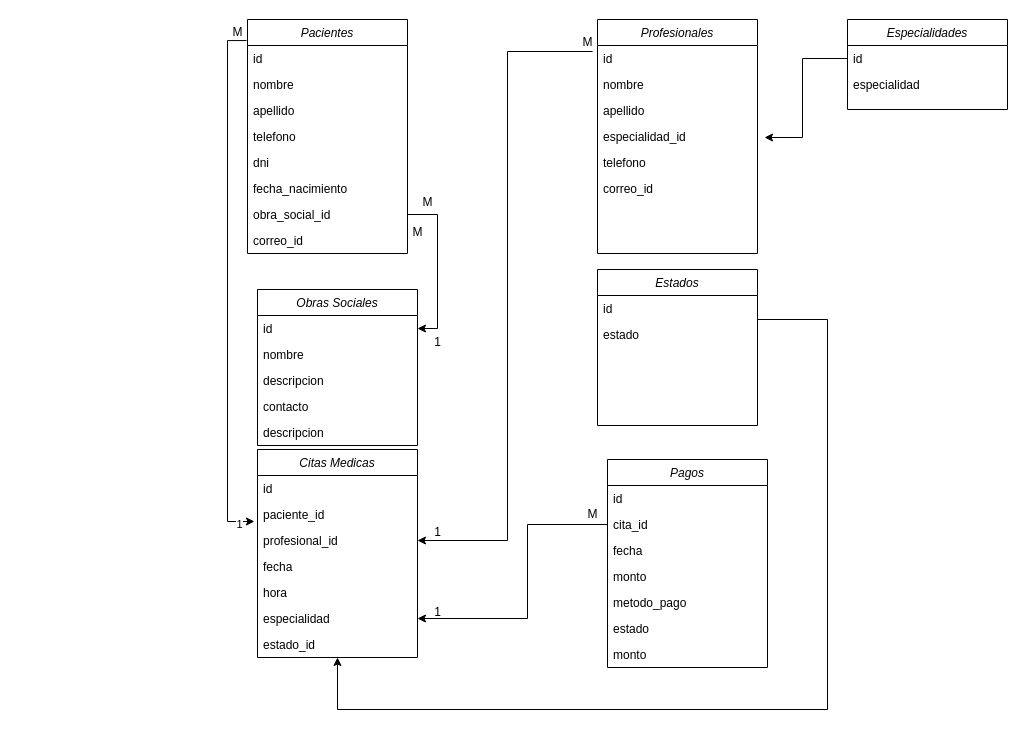
Earlier version of the draw.io diagram BackEnd/DER.drawio (Desarrollo-Web-2024-segundo-intento/Proyecto-Integrador-II). Source tidied: cells renumbered, new cells numbered last; positions are measured from the earlier drawing's top-left corner, leaving out a move shared by most shapes. Both pictures are drawn from the tidied source at 100%, with x=0, y=0 at pixel (222, 17).
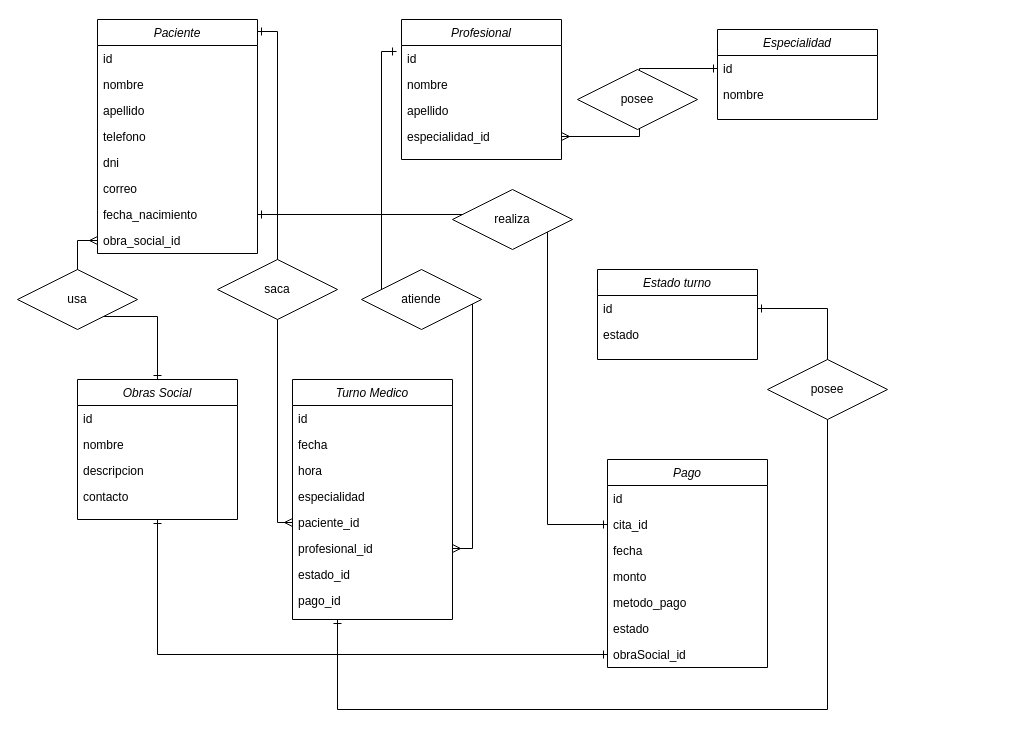
After the change.

The change refers to these unchanged cells:
```xml
<mxCell id="12" value="id" style="text;align=left;verticalAlign=top;spacingLeft=4;spacingRight=4;overflow=hidden;points=[[0,0.5],[1,0.5]];portConstraint=eastwest;" parent="11" vertex="1">
  <mxGeometry y="26" width="160" height="26" as="geometry" />
</mxCell>
<mxCell id="15" value="especialidad_id" style="text;align=left;verticalAlign=top;spacingLeft=4;spacingRight=4;overflow=hidden;points=[[0,0.5],[1,0.5]];portConstraint=eastwest;rounded=0;shadow=0;html=0;" parent="11" vertex="1">
  <mxGeometry y="104" width="160" height="26" as="geometry" />
</mxCell>
<mxCell id="19" value="id" style="text;align=left;verticalAlign=top;spacingLeft=4;spacingRight=4;overflow=hidden;points=[[0,0.5],[1,0.5]];portConstraint=eastwest;" parent="18" vertex="1">
  <mxGeometry y="26" width="160" height="26" as="geometry" />
</mxCell>
<mxCell id="31" value="estado_id" style="text;align=left;verticalAlign=top;spacingLeft=4;spacingRight=4;overflow=hidden;points=[[0,0.5],[1,0.5]];portConstraint=eastwest;rounded=0;shadow=0;html=0;" parent="24" vertex="1">
  <mxGeometry y="182" width="160" height="26" as="geometry" />
</mxCell>
<mxCell id="34" value="cita_id" style="text;align=left;verticalAlign=top;spacingLeft=4;spacingRight=4;overflow=hidden;points=[[0,0.5],[1,0.5]];portConstraint=eastwest;rounded=0;shadow=0;html=0;" parent="32" vertex="1">
  <mxGeometry y="52" width="160" height="26" as="geometry" />
</mxCell>
<mxCell id="54" value="id" style="text;align=left;verticalAlign=top;spacingLeft=4;spacingRight=4;overflow=hidden;points=[[0,0.5],[1,0.5]];portConstraint=eastwest;" parent="53" vertex="1">
  <mxGeometry y="26" width="160" height="26" as="geometry" />
</mxCell>
<mxCell id="58" value="id" style="text;align=left;verticalAlign=top;spacingLeft=4;spacingRight=4;overflow=hidden;points=[[0,0.5],[1,0.5]];portConstraint=eastwest;" parent="57" vertex="1">
  <mxGeometry y="26" width="160" height="26" as="geometry" />
</mxCell>
```

The edit, as a diff of the source:
```diff
@@
-    <mxCell id="2" value="Pacientes" style="swimlane;fontStyle=2;align=center;verticalAlign=top;horizontal=1;startSize=26;rounded=0;shadow=0;strokeWidth=1;" parent="1" vertex="1">
-      <mxGeometry x="25" y="2" width="160" height="234" as="geometry" />
+    <mxCell id="2" value="Paciente" style="swimlane;fontStyle=2;align=center;verticalAlign=top;horizontal=1;startSize=26;rounded=0;shadow=0;strokeWidth=1;" parent="1" vertex="1">
+      <mxGeometry x="-125" y="2" width="160" height="234" as="geometry" />
     </mxCell>
@@
+    <mxCell id="10" value="correo" style="text;align=left;verticalAlign=top;spacingLeft=4;spacingRight=4;overflow=hidden;rounded=0;shadow=0;html=0;" parent="2" vertex="1">
+      <mxGeometry y="156" width="160" height="26" as="geometry" />
+    </mxCell>
     <mxCell id="8" value="fecha_nacimiento" style="text;align=left;verticalAlign=top;spacingLeft=4;spacingRight=4;overflow=hidden;points=[[0,0.5],[1,0.5]];portConstraint=eastwest;rounded=0;shadow=0;html=0;" parent="2" vertex="1">
-      <mxGeometry y="156" width="160" height="26" as="geometry" />
+      <mxGeometry y="182" width="160" height="26" as="geometry" />
     </mxCell>
     <mxCell id="9" value="obra_social_id" style="text;align=left;verticalAlign=top;spacingLeft=4;spacingRight=4;overflow=hidden;points=[[0,0.5],[1,0.5]];portConstraint=eastwest;rounded=0;shadow=0;html=0;" parent="2" vertex="1">
-      <mxGeometry y="182" width="160" height="26" as="geometry" />
+      <mxGeometry y="208" width="160" height="26" as="geometry" />
     </mxCell>
-    <mxCell id="10" value="correo_id" style="text;align=left;verticalAlign=top;spacingLeft=4;spacingRight=4;overflow=hidden;rounded=0;shadow=0;html=0;" parent="2" vertex="1">
-      <mxGeometry y="208" width="160" height="26" as="geometry" />
-    </mxCell>
-    <mxCell id="11" value="Profesionales" style="swimlane;fontStyle=2;align=center;verticalAlign=top;horizontal=1;startSize=26;rounded=0;shadow=0;strokeWidth=1;" parent="1" vertex="1">
-      <mxGeometry x="375" y="2" width="160" height="234" as="geometry" />
+    <mxCell id="11" value="Profesional" style="swimlane;fontStyle=2;align=center;verticalAlign=top;horizontal=1;startSize=26;rounded=0;shadow=0;strokeWidth=1;" parent="1" vertex="1">
+      <mxGeometry x="179" y="2" width="160" height="140" as="geometry" />
     </mxCell>
@@
-    <mxCell id="16" value="telefono" style="text;align=left;verticalAlign=top;spacingLeft=4;spacingRight=4;overflow=hidden;rounded=0;shadow=0;html=0;" parent="11" vertex="1">
-      <mxGeometry y="130" width="160" height="26" as="geometry" />
-    </mxCell>
-    <mxCell id="17" value="correo_id" style="text;align=left;verticalAlign=top;spacingLeft=4;spacingRight=4;overflow=hidden;rounded=0;shadow=0;html=0;" parent="11" vertex="1">
-      <mxGeometry y="156" width="160" height="26" as="geometry" />
-    </mxCell>
+    <mxCell id="61" style="edgeStyle=orthogonalEdgeStyle;rounded=0;jettySize=auto;html=1;entryX=0;entryY=0.5;entryDx=0;entryDy=0;endArrow=ERone;endFill=0;startArrow=ERone;startFill=0;" parent="1" edge="1" source="18" target="63">
+      <mxGeometry relative="1" as="geometry" />
+    </mxCell>
-    <mxCell id="18" value="Obras Sociales" style="swimlane;fontStyle=2;align=center;verticalAlign=top;horizontal=1;startSize=26;rounded=0;shadow=0;strokeWidth=1;" parent="1" vertex="1">
-      <mxGeometry x="35" y="272" width="160" height="156" as="geometry" />
+    <mxCell id="18" value="Obras Social" style="swimlane;fontStyle=2;align=center;verticalAlign=top;horizontal=1;startSize=26;rounded=0;shadow=0;strokeWidth=1;" parent="1" vertex="1">
+      <mxGeometry x="-145" y="362" width="160" height="140" as="geometry" />
     </mxCell>
@@
-    <mxCell id="23" value="descripcion" style="text;align=left;verticalAlign=top;spacingLeft=4;spacingRight=4;overflow=hidden;rounded=0;shadow=0;html=0;" parent="18" vertex="1">
-      <mxGeometry y="130" width="160" height="26" as="geometry" />
-    </mxCell>
-    <mxCell id="24" value="Citas Medicas" style="swimlane;fontStyle=2;align=center;verticalAlign=top;horizontal=1;startSize=26;rounded=0;shadow=0;strokeWidth=1;" parent="1" vertex="1">
-      <mxGeometry x="35" y="432" width="160" height="208" as="geometry" />
+    <mxCell id="24" value="Turno Medico" style="swimlane;fontStyle=2;align=center;verticalAlign=top;horizontal=1;startSize=26;rounded=0;shadow=0;strokeWidth=1;" parent="1" vertex="1">
+      <mxGeometry x="70" y="362" width="160" height="240" as="geometry" />
     </mxCell>
@@
-    <mxCell id="26" value="paciente_id" style="text;align=left;verticalAlign=top;spacingLeft=4;spacingRight=4;overflow=hidden;points=[[0,0.5],[1,0.5]];portConstraint=eastwest;rounded=0;shadow=0;html=0;" parent="24" vertex="1">
-      <mxGeometry y="52" width="160" height="26" as="geometry" />
-    </mxCell>
-    <mxCell id="27" value="profesional_id" style="text;align=left;verticalAlign=top;spacingLeft=4;spacingRight=4;overflow=hidden;points=[[0,0.5],[1,0.5]];portConstraint=eastwest;rounded=0;shadow=0;html=0;" parent="24" vertex="1">
-      <mxGeometry y="78" width="160" height="26" as="geometry" />
-    </mxCell>
     <mxCell id="28" value="fecha" style="text;align=left;verticalAlign=top;spacingLeft=4;spacingRight=4;overflow=hidden;rounded=0;shadow=0;html=0;" parent="24" vertex="1">
-      <mxGeometry y="104" width="160" height="26" as="geometry" />
+      <mxGeometry y="52" width="160" height="26" as="geometry" />
     </mxCell>
     <mxCell id="29" value="hora" style="text;align=left;verticalAlign=top;spacingLeft=4;spacingRight=4;overflow=hidden;rounded=0;shadow=0;html=0;" parent="24" vertex="1">
-      <mxGeometry y="130" width="160" height="26" as="geometry" />
+      <mxGeometry y="78" width="160" height="26" as="geometry" />
     </mxCell>
     <mxCell id="30" value="especialidad" style="text;align=left;verticalAlign=top;spacingLeft=4;spacingRight=4;overflow=hidden;points=[[0,0.5],[1,0.5]];portConstraint=eastwest;rounded=0;shadow=0;html=0;" parent="24" vertex="1">
-      <mxGeometry y="156" width="160" height="26" as="geometry" />
+      <mxGeometry y="104" width="160" height="26" as="geometry" />
     </mxCell>
+    <mxCell id="26" value="paciente_id" style="text;align=left;verticalAlign=top;spacingLeft=4;spacingRight=4;overflow=hidden;points=[[0,0.5],[1,0.5]];portConstraint=eastwest;rounded=0;shadow=0;html=0;" parent="24" vertex="1">
+      <mxGeometry y="130" width="160" height="26" as="geometry" />
+    </mxCell>
+    <mxCell id="27" value="profesional_id" style="text;align=left;verticalAlign=top;spacingLeft=4;spacingRight=4;overflow=hidden;points=[[0,0.5],[1,0.5]];portConstraint=eastwest;rounded=0;shadow=0;html=0;" parent="24" vertex="1">
+      <mxGeometry y="156" width="160" height="26" as="geometry" />
+    </mxCell>
@@
+    <mxCell id="62" value="pago_id" style="text;align=left;verticalAlign=top;spacingLeft=4;spacingRight=4;overflow=hidden;rounded=0;shadow=0;html=0;" parent="24" vertex="1">
+      <mxGeometry y="208" width="160" height="26" as="geometry" />
+    </mxCell>
-    <mxCell id="32" value="Pagos" style="swimlane;fontStyle=2;align=center;verticalAlign=top;horizontal=1;startSize=26;rounded=0;shadow=0;strokeWidth=1;" parent="1" vertex="1">
+    <mxCell id="32" value="Pago" style="swimlane;fontStyle=2;align=center;verticalAlign=top;horizontal=1;startSize=26;rounded=0;shadow=0;strokeWidth=1;" parent="1" vertex="1">
       <mxGeometry x="385" y="442" width="160" height="208" as="geometry" />
     </mxCell>
@@
-    <mxCell id="39" value="monto" style="text;align=left;verticalAlign=top;spacingLeft=4;spacingRight=4;overflow=hidden;rounded=0;shadow=0;html=0;" parent="32" vertex="1">
-      <mxGeometry y="182" width="160" height="26" as="geometry" />
-    </mxCell>
+    <mxCell id="63" value="obraSocial_id" style="text;align=left;verticalAlign=top;spacingLeft=4;spacingRight=4;overflow=hidden;points=[[0,0.5],[1,0.5]];portConstraint=eastwest;rounded=0;shadow=0;html=0;" parent="32" vertex="1">
+      <mxGeometry y="182" width="160" height="26" as="geometry" />
+    </mxCell>
-    <mxCell id="40" style="edgeStyle=orthogonalEdgeStyle;rounded=0;jettySize=auto;html=1;exitX=1;exitY=0.5;exitDx=0;exitDy=0;entryX=1;entryY=0.5;entryDx=0;entryDy=0;" parent="1" edge="1" source="9" target="19">
+    <mxCell id="40" style="edgeStyle=orthogonalEdgeStyle;rounded=0;jettySize=auto;html=1;exitX=0;exitY=0.5;exitDx=0;exitDy=0;entryX=0.5;entryY=0;entryDx=0;entryDy=0;endArrow=ERone;endFill=0;startArrow=ERmany;startFill=0;" parent="1" edge="1" source="9" target="18">
       <mxGeometry relative="1" as="geometry" />
     </mxCell>
-    <mxCell id="41" value="M" style="text;html=1;align=center;verticalAlign=middle;strokeColor=none;fillColor=none;" parent="1" vertex="1">
-      <mxGeometry x="190" y="170" width="30" height="30" as="geometry" />
-    </mxCell>
-    <mxCell id="42" value="1" style="text;html=1;align=center;verticalAlign=middle;strokeColor=none;fillColor=none;" parent="1" vertex="1">
-      <mxGeometry x="200" y="310" width="30" height="30" as="geometry" />
-    </mxCell>
-    <mxCell id="43" value="M" style="text;html=1;align=center;verticalAlign=middle;strokeColor=none;fillColor=none;" parent="1" vertex="1">
-      <mxGeometry x="180" y="200" width="30" height="30" as="geometry" />
-    </mxCell>
-    <mxCell id="44" style="edgeStyle=orthogonalEdgeStyle;rounded=0;jettySize=auto;html=1;exitX=-0.006;exitY=0.09;exitDx=0;exitDy=0;exitPerimeter=0;entryX=-0.019;entryY=0.769;entryDx=0;entryDy=0;entryPerimeter=0;" parent="1" edge="1" source="2" target="26">
-      <mxGeometry relative="1" as="geometry" />
+    <mxCell id="44" style="edgeStyle=orthogonalEdgeStyle;rounded=0;jettySize=auto;html=1;endArrow=ERmany;endFill=0;startArrow=ERone;startFill=0;" parent="1" edge="1" target="26">
+      <mxGeometry relative="1" as="geometry">
+        <mxPoint x="35" y="14" as="sourcePoint" />
+        <Array as="points">
+          <mxPoint x="35" y="14" />
+          <mxPoint x="55" y="14" />
+          <mxPoint x="55" y="505" />
+        </Array>
+      </mxGeometry>
     </mxCell>
-    <mxCell id="45" value="1" style="edgeLabel;html=1;align=center;verticalAlign=middle;" parent="44" vertex="1">
-      <mxGeometry x="0.94" y="-3" relative="1" as="geometry" />
-    </mxCell>
-    <mxCell id="46" value="M" style="text;html=1;align=center;verticalAlign=middle;strokeColor=none;fillColor=none;" parent="1" vertex="1">
-      <mxGeometry width="30" height="30" as="geometry" />
-    </mxCell>
-    <mxCell id="47" style="edgeStyle=orthogonalEdgeStyle;rounded=0;jettySize=auto;html=1;entryX=1;entryY=0.5;entryDx=0;entryDy=0;exitX=-0.031;exitY=0.231;exitDx=0;exitDy=0;exitPerimeter=0;" parent="1" edge="1" source="12" target="27">
+    <mxCell id="47" style="edgeStyle=orthogonalEdgeStyle;rounded=0;jettySize=auto;html=1;entryX=1;entryY=0.5;entryDx=0;entryDy=0;exitX=-0.031;exitY=0.231;exitDx=0;exitDy=0;exitPerimeter=0;endArrow=ERmany;endFill=0;startArrow=ERone;startFill=0;" parent="1" edge="1" source="12" target="27">
       <mxGeometry relative="1" as="geometry" />
     </mxCell>
-    <mxCell id="48" value="M" style="text;html=1;align=center;verticalAlign=middle;strokeColor=none;fillColor=none;" parent="1" vertex="1">
-      <mxGeometry x="350" y="10" width="30" height="30" as="geometry" />
-    </mxCell>
-    <mxCell id="49" value="1" style="text;html=1;align=center;verticalAlign=middle;strokeColor=none;fillColor=none;" parent="1" vertex="1">
-      <mxGeometry x="200" y="500" width="30" height="30" as="geometry" />
-    </mxCell>
-    <mxCell id="50" style="edgeStyle=orthogonalEdgeStyle;rounded=0;jettySize=auto;html=1;exitX=0;exitY=0.5;exitDx=0;exitDy=0;entryX=1;entryY=0.5;entryDx=0;entryDy=0;" parent="1" edge="1" source="34" target="30">
+    <mxCell id="50" style="edgeStyle=orthogonalEdgeStyle;rounded=0;jettySize=auto;html=1;exitX=0;exitY=0.5;exitDx=0;exitDy=0;startArrow=ERone;startFill=0;endArrow=ERone;endFill=0;entryX=1;entryY=0.5;entryDx=0;entryDy=0;" parent="1" edge="1" source="34" target="8">
       <mxGeometry relative="1" as="geometry">
         <Array as="points">
-          <mxPoint x="305" y="507" />
-          <mxPoint x="305" y="601" />
+          <mxPoint x="325" y="507" />
+          <mxPoint x="325" y="197" />
         </Array>
       </mxGeometry>
     </mxCell>
-    <mxCell id="51" value="M" style="text;html=1;align=center;verticalAlign=middle;strokeColor=none;fillColor=none;" parent="1" vertex="1">
-      <mxGeometry x="355" y="482" width="30" height="30" as="geometry" />
-    </mxCell>
-    <mxCell id="52" value="1" style="text;html=1;align=center;verticalAlign=middle;strokeColor=none;fillColor=none;" parent="1" vertex="1">
-      <mxGeometry x="200" y="580" width="30" height="30" as="geometry" />
-    </mxCell>
-    <mxCell id="53" value="Estados" style="swimlane;fontStyle=2;align=center;verticalAlign=top;horizontal=1;startSize=26;rounded=0;shadow=0;strokeWidth=1;" parent="1" vertex="1">
-      <mxGeometry x="375" y="252" width="160" height="156" as="geometry" />
+    <mxCell id="53" value="Estado turno" style="swimlane;fontStyle=2;align=center;verticalAlign=top;horizontal=1;startSize=26;rounded=0;shadow=0;strokeWidth=1;" parent="1" vertex="1">
+      <mxGeometry x="375" y="252" width="160" height="90" as="geometry" />
     </mxCell>
@@
-    <mxCell id="56" style="edgeStyle=orthogonalEdgeStyle;rounded=0;jettySize=auto;html=1;" parent="1" edge="1" source="54" target="31">
+    <mxCell id="56" style="edgeStyle=orthogonalEdgeStyle;rounded=0;jettySize=auto;html=1;startArrow=ERone;startFill=0;endArrow=ERone;endFill=0;" parent="1" edge="1" source="54">
       <mxGeometry relative="1" as="geometry">
+        <mxPoint x="115" y="602" as="targetPoint" />
         <Array as="points">
-          <mxPoint x="605" y="302" />
+          <mxPoint x="605" y="291" />
           <mxPoint x="605" y="692" />
           <mxPoint x="115" y="692" />
+          <mxPoint x="115" y="602" />
         </Array>
       </mxGeometry>
     </mxCell>
-    <mxCell id="57" value="Especialidades&#10;" style="swimlane;fontStyle=2;align=center;verticalAlign=top;horizontal=1;startSize=26;rounded=0;shadow=0;strokeWidth=1;" parent="1" vertex="1">
-      <mxGeometry x="625" y="2" width="160" height="90" as="geometry" />
+    <mxCell id="57" value="Especialidad&#10;" style="swimlane;fontStyle=2;align=center;verticalAlign=top;horizontal=1;startSize=26;rounded=0;shadow=0;strokeWidth=1;" parent="1" vertex="1">
+      <mxGeometry x="495" y="12" width="160" height="90" as="geometry" />
     </mxCell>
@@
-    <mxCell id="59" value="especialidad" style="text;align=left;verticalAlign=top;spacingLeft=4;spacingRight=4;overflow=hidden;rounded=0;shadow=0;html=0;" parent="57" vertex="1">
+    <mxCell id="59" value="nombre" style="text;align=left;verticalAlign=top;spacingLeft=4;spacingRight=4;overflow=hidden;rounded=0;shadow=0;html=0;" parent="57" vertex="1">
       <mxGeometry y="52" width="160" height="26" as="geometry" />
     </mxCell>
-    <mxCell id="60" style="edgeStyle=orthogonalEdgeStyle;rounded=0;jettySize=auto;html=1;exitX=0;exitY=0.5;exitDx=0;exitDy=0;entryX=1.044;entryY=0.538;entryDx=0;entryDy=0;entryPerimeter=0;" parent="1" edge="1" source="58" target="15">
+    <mxCell id="60" style="edgeStyle=orthogonalEdgeStyle;rounded=0;jettySize=auto;html=1;exitX=0;exitY=0.5;exitDx=0;exitDy=0;entryX=1;entryY=0.5;entryDx=0;entryDy=0;endArrow=ERmany;endFill=0;startArrow=ERone;startFill=0;" parent="1" edge="1" source="58" target="15">
       <mxGeometry relative="1" as="geometry" />
     </mxCell>
+    <mxCell id="64" value="usa" style="shape=rhombus;perimeter=rhombusPerimeter;whiteSpace=wrap;html=1;align=center;" parent="1" vertex="1">
+      <mxGeometry x="-205" y="252" width="120" height="60" as="geometry" />
+    </mxCell>
+    <mxCell id="65" value="atiende" style="shape=rhombus;perimeter=rhombusPerimeter;whiteSpace=wrap;html=1;align=center;" parent="1" vertex="1">
+      <mxGeometry x="139" y="252" width="120" height="60" as="geometry" />
+    </mxCell>
+    <mxCell id="66" value="saca" style="shape=rhombus;perimeter=rhombusPerimeter;whiteSpace=wrap;html=1;align=center;" parent="1" vertex="1">
+      <mxGeometry x="-5" y="242" width="120" height="60" as="geometry" />
+    </mxCell>
+    <mxCell id="67" value="posee" style="shape=rhombus;perimeter=rhombusPerimeter;whiteSpace=wrap;html=1;align=center;" parent="1" vertex="1">
+      <mxGeometry x="355" y="52" width="120" height="60" as="geometry" />
+    </mxCell>
+    <mxCell id="68" value="posee" style="shape=rhombus;perimeter=rhombusPerimeter;whiteSpace=wrap;html=1;align=center;" parent="1" vertex="1">
+      <mxGeometry x="545" y="342" width="120" height="60" as="geometry" />
+    </mxCell>
+    <mxCell id="69" value="realiza" style="shape=rhombus;perimeter=rhombusPerimeter;whiteSpace=wrap;html=1;align=center;" parent="1" vertex="1">
+      <mxGeometry x="230" y="172" width="120" height="60" as="geometry" />
+    </mxCell>
```
